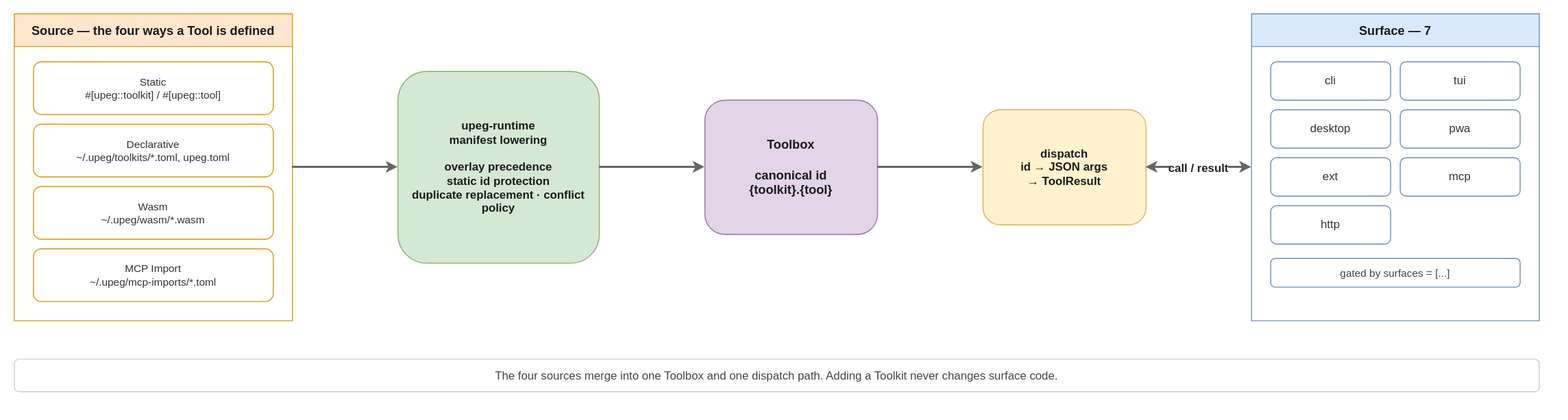
This is docs/diagrams/tool-sources.drawio.svg from 5pecia1/UPeg, a draw.io export, as it was before one commit. Source tidied: cells renumbered, new cells last; positions are measured from the earlier drawing's top-left corner, leaving out a move shared by most shapes.
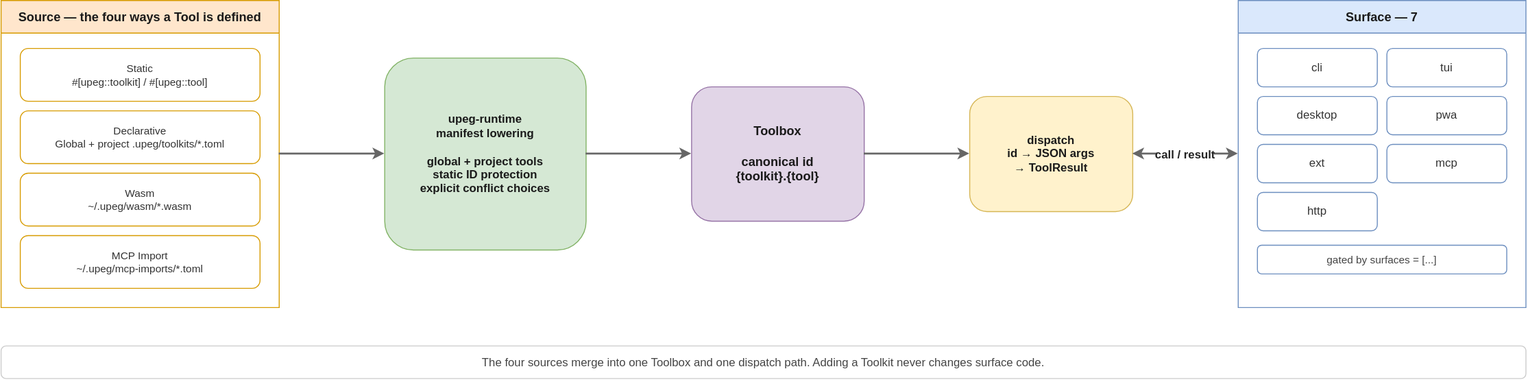
The same diagram one commit later.

What changed in the source:
```diff
@@ -8,7 +8,7 @@
     <mxCell id="3" value="Static&#10;#[upeg::toolkit] / #[upeg::tool]" style="rounded=1;whiteSpace=wrap;html=0;fillColor=#ffffff;strokeColor=#d79b00;fontColor=#333333;fontSize=11;" parent="2" vertex="1">
       <mxGeometry x="20" y="50" width="250" height="55" as="geometry" />
     </mxCell>
-    <mxCell id="4" value="Declarative&#10;~/.upeg/toolkits/*.toml, upeg.toml" style="rounded=1;whiteSpace=wrap;html=0;fillColor=#ffffff;strokeColor=#d79b00;fontColor=#333333;fontSize=11;" parent="2" vertex="1">
+    <mxCell id="4" value="Declarative&#10;Global + project .upeg/toolkits/*.toml" style="rounded=1;whiteSpace=wrap;html=0;fillColor=#ffffff;strokeColor=#d79b00;fontColor=#333333;fontSize=11;" parent="2" vertex="1">
       <mxGeometry x="20" y="115" width="250" height="55" as="geometry" />
     </mxCell>
     <mxCell id="5" value="Wasm&#10;~/.upeg/wasm/*.wasm" style="rounded=1;whiteSpace=wrap;html=0;fillColor=#ffffff;strokeColor=#d79b00;fontColor=#333333;fontSize=11;" parent="2" vertex="1">
@@ -17,7 +17,7 @@
     <mxCell id="6" value="MCP Import&#10;~/.upeg/mcp-imports/*.toml" style="rounded=1;whiteSpace=wrap;html=0;fillColor=#ffffff;strokeColor=#d79b00;fontColor=#333333;fontSize=11;" parent="2" vertex="1">
       <mxGeometry x="20" y="245" width="250" height="55" as="geometry" />
     </mxCell>
-    <mxCell id="7" value="upeg-runtime&#10;manifest lowering&#10;&#10;overlay precedence&#10;static id protection&#10;duplicate replacement · conflict policy" style="rounded=1;whiteSpace=wrap;html=0;fillColor=#d5e8d4;strokeColor=#82b366;fontColor=#1a1a1a;fontSize=12;fontStyle=1;verticalAlign=middle;" parent="1" vertex="1">
+    <mxCell id="7" value="upeg-runtime&#10;manifest lowering&#10;&#10;global + project tools&#10;static ID protection&#10;explicit conflict choices" style="rounded=1;whiteSpace=wrap;html=0;fillColor=#d5e8d4;strokeColor=#82b366;fontColor=#1a1a1a;fontSize=12;fontStyle=1;verticalAlign=middle;" parent="1" vertex="1">
       <mxGeometry x="400" y="60" width="210" height="200" as="geometry" />
     </mxCell>
     <mxCell id="8" value="Toolbox&#10;&#10;canonical id&#10;{toolkit}.{tool}" style="rounded=1;whiteSpace=wrap;html=0;fillColor=#e1d5e7;strokeColor=#9673a6;fontColor=#1a1a1a;fontSize=13;fontStyle=1;" parent="1" vertex="1">
```
